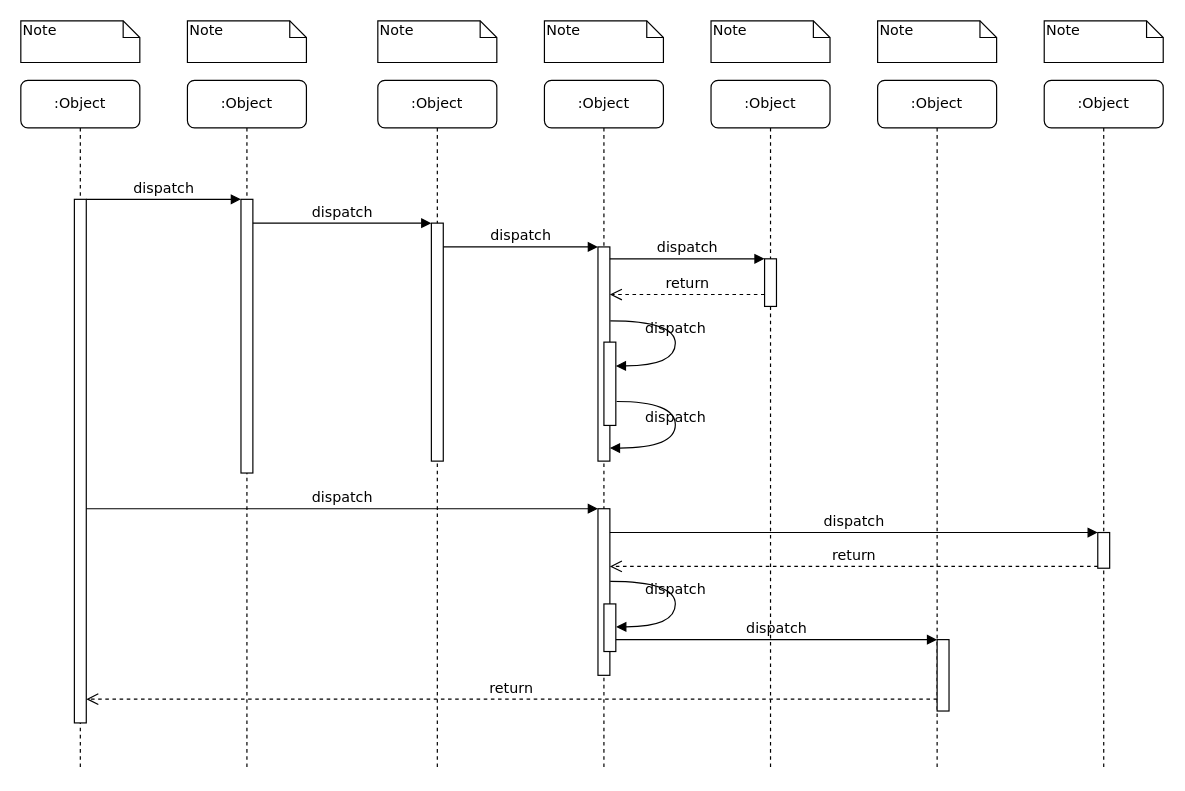
Before: Unavngivet diagram.drawio in Laurapav1/GitLecture, a draw.io diagram. Source tidied: cells renumbered, new cells numbered last; positions are measured from the earlier drawing's top-left corner, leaving out a move shared by most shapes. Both pictures are drawn from the tidied source at 119%, with x=0, y=0 at pixel (20, 20).
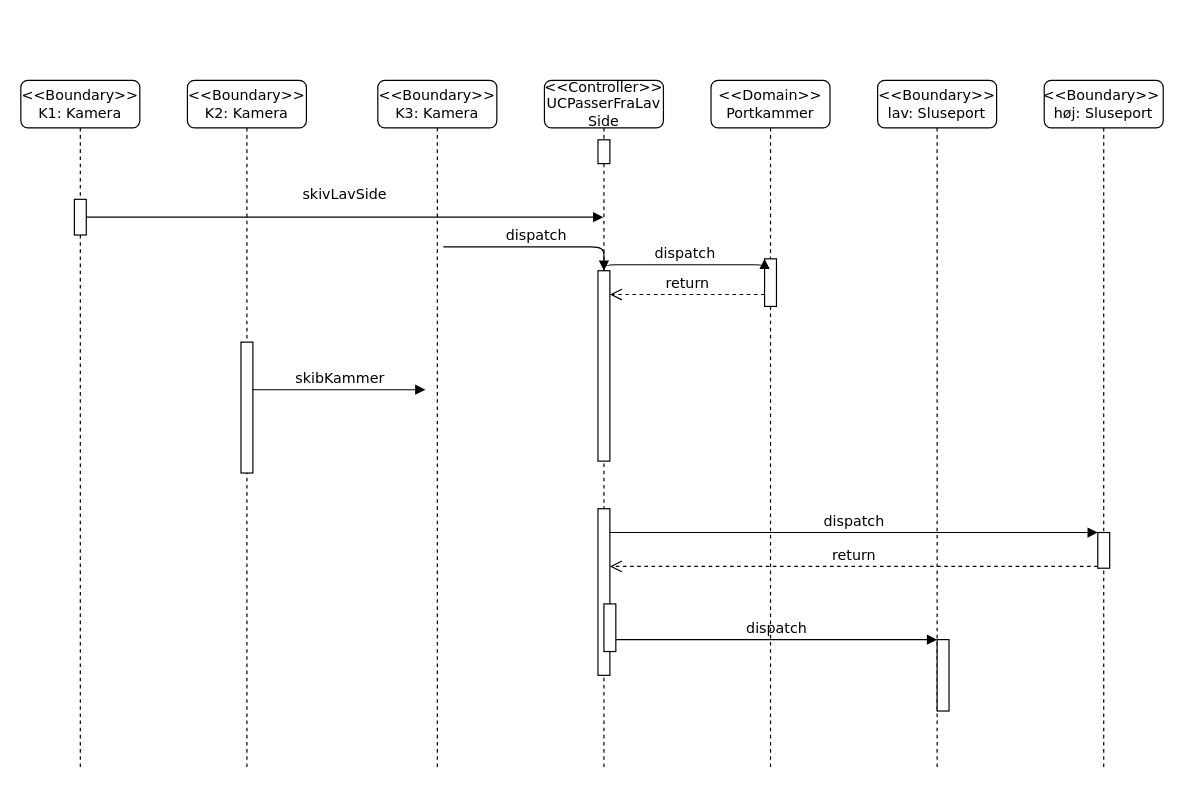
The same diagram, later.

Unchanged cells that the change refers to:
```xml
<mxCell id="17" style="html=1;points=[];perimeter=orthogonalPerimeter;rounded=0;shadow=0;comic=0;labelBackgroundColor=none;strokeWidth=1;fontFamily=Verdana;fontSize=12;align=center;" parent="1" vertex="1">
  <mxGeometry x="485" y="410" width="10" height="140" as="geometry" />
</mxCell>
<mxCell id="22" style="html=1;points=[];perimeter=orthogonalPerimeter;rounded=0;shadow=0;comic=0;labelBackgroundColor=none;strokeWidth=1;fontFamily=Verdana;fontSize=12;align=center;" parent="1" vertex="1">
  <mxGeometry x="770" y="520" width="10" height="60" as="geometry" />
</mxCell>
```

Diff of the diagram source:
```diff
@@
-    <mxCell id="2" value=":Object" style="shape=umlLifeline;perimeter=lifelinePerimeter;whiteSpace=wrap;html=1;rounded=1;shadow=0;comic=0;labelBackgroundColor=none;strokeWidth=1;fontFamily=Verdana;fontSize=12;align=center;" parent="1" vertex="1">
+    <mxCell id="2" value="&amp;lt;&amp;lt;Boundary&amp;gt;&amp;gt;&lt;br style=&quot;border-color: var(--border-color);&quot;&gt;K2: Kamera" style="shape=umlLifeline;perimeter=lifelinePerimeter;whiteSpace=wrap;html=1;rounded=1;shadow=0;comic=0;labelBackgroundColor=none;strokeWidth=1;fontFamily=Verdana;fontSize=12;align=center;" parent="1" vertex="1">
       <mxGeometry x="140" y="50" width="100" height="580" as="geometry" />
     </mxCell>
     <mxCell id="3" style="html=1;points=[];perimeter=orthogonalPerimeter;rounded=0;shadow=0;comic=0;labelBackgroundColor=none;strokeWidth=1;fontFamily=Verdana;fontSize=12;align=center;" parent="2" vertex="1">
-      <mxGeometry x="45" y="100" width="10" height="230" as="geometry" />
+      <mxGeometry x="45" y="220" width="10" height="110" as="geometry" />
     </mxCell>
-    <mxCell id="4" value=":Object" style="shape=umlLifeline;perimeter=lifelinePerimeter;whiteSpace=wrap;html=1;rounded=1;shadow=0;comic=0;labelBackgroundColor=none;strokeWidth=1;fontFamily=Verdana;fontSize=12;align=center;" parent="1" vertex="1">
+    <mxCell id="4" value="&amp;lt;&amp;lt;Boundary&amp;gt;&amp;gt;&lt;br style=&quot;border-color: var(--border-color);&quot;&gt;K3: Kamera" style="shape=umlLifeline;perimeter=lifelinePerimeter;whiteSpace=wrap;html=1;rounded=1;shadow=0;comic=0;labelBackgroundColor=none;strokeWidth=1;fontFamily=Verdana;fontSize=12;align=center;" parent="1" vertex="1">
       <mxGeometry x="300" y="50" width="100" height="580" as="geometry" />
     </mxCell>
-    <mxCell id="5" style="html=1;points=[];perimeter=orthogonalPerimeter;rounded=0;shadow=0;comic=0;labelBackgroundColor=none;strokeWidth=1;fontFamily=Verdana;fontSize=12;align=center;" parent="4" vertex="1">
-      <mxGeometry x="45" y="120" width="10" height="200" as="geometry" />
-    </mxCell>
-    <mxCell id="6" value=":Object" style="shape=umlLifeline;perimeter=lifelinePerimeter;whiteSpace=wrap;html=1;outlineConnect=0;rounded=1;shadow=0;comic=0;labelBackgroundColor=none;strokeWidth=1;fontFamily=Verdana;fontSize=12;align=center;" parent="1" vertex="1">
+    <mxCell id="6" value="&amp;lt;&amp;lt;Controller&amp;gt;&amp;gt;&lt;br&gt;UCPasserFraLav&lt;br&gt;Side" style="shape=umlLifeline;perimeter=lifelinePerimeter;whiteSpace=wrap;html=1;outlineConnect=0;rounded=1;shadow=0;comic=0;labelBackgroundColor=none;strokeWidth=1;fontFamily=Verdana;fontSize=12;align=center;" parent="1" vertex="1">
       <mxGeometry x="440" y="50" width="100" height="580" as="geometry" />
     </mxCell>
+    <mxCell id="39" style="html=1;perimeter=orthogonalPerimeter;rounded=0;shadow=0;comic=0;labelBackgroundColor=none;strokeWidth=1;fontFamily=Verdana;fontSize=12;align=center;" parent="6" vertex="1">
+      <mxGeometry x="45" y="50" width="10" height="20" as="geometry" />
+    </mxCell>
-    <mxCell id="7" value=":Object" style="shape=umlLifeline;perimeter=lifelinePerimeter;whiteSpace=wrap;html=1;rounded=1;shadow=0;comic=0;labelBackgroundColor=none;strokeWidth=1;fontFamily=Verdana;fontSize=12;align=center;" parent="1" vertex="1">
+    <mxCell id="7" value="&amp;lt;&amp;lt;Domain&amp;gt;&amp;gt;&lt;br&gt;Portkammer" style="shape=umlLifeline;perimeter=lifelinePerimeter;whiteSpace=wrap;html=1;rounded=1;shadow=0;comic=0;labelBackgroundColor=none;strokeWidth=1;fontFamily=Verdana;fontSize=12;align=center;" parent="1" vertex="1">
       <mxGeometry x="580" y="50" width="100" height="580" as="geometry" />
     </mxCell>
-    <mxCell id="8" value=":Object" style="shape=umlLifeline;perimeter=lifelinePerimeter;whiteSpace=wrap;html=1;rounded=1;shadow=0;comic=0;labelBackgroundColor=none;strokeWidth=1;fontFamily=Verdana;fontSize=12;align=center;" parent="1" vertex="1">
+    <mxCell id="8" value="&amp;lt;&amp;lt;Boundary&amp;gt;&amp;gt;&lt;br&gt;lav: Sluseport" style="shape=umlLifeline;perimeter=lifelinePerimeter;whiteSpace=wrap;html=1;rounded=1;shadow=0;comic=0;labelBackgroundColor=none;strokeWidth=1;fontFamily=Verdana;fontSize=12;align=center;" parent="1" vertex="1">
       <mxGeometry x="720" y="50" width="100" height="580" as="geometry" />
     </mxCell>
-    <mxCell id="9" value=":Object" style="shape=umlLifeline;perimeter=lifelinePerimeter;whiteSpace=wrap;html=1;rounded=1;shadow=0;comic=0;labelBackgroundColor=none;strokeWidth=1;fontFamily=Verdana;fontSize=12;align=center;" parent="1" vertex="1">
+    <mxCell id="9" value="&amp;lt;&amp;lt;Boundary&amp;gt;&amp;gt;&amp;nbsp;&lt;br&gt;høj: Sluseport" style="shape=umlLifeline;perimeter=lifelinePerimeter;whiteSpace=wrap;html=1;rounded=1;shadow=0;comic=0;labelBackgroundColor=none;strokeWidth=1;fontFamily=Verdana;fontSize=12;align=center;" parent="1" vertex="1">
       <mxGeometry x="860" y="50" width="100" height="580" as="geometry" />
     </mxCell>
-    <mxCell id="10" value=":Object" style="shape=umlLifeline;perimeter=lifelinePerimeter;whiteSpace=wrap;html=1;rounded=1;shadow=0;comic=0;labelBackgroundColor=none;strokeWidth=1;fontFamily=Verdana;fontSize=12;align=center;" parent="1" vertex="1">
+    <mxCell id="10" value="&amp;lt;&amp;lt;Boundary&amp;gt;&amp;gt;&lt;br&gt;K1: Kamera" style="shape=umlLifeline;perimeter=lifelinePerimeter;whiteSpace=wrap;html=1;rounded=1;shadow=0;comic=0;labelBackgroundColor=none;strokeWidth=1;fontFamily=Verdana;fontSize=12;align=center;" parent="1" vertex="1">
       <mxGeometry y="50" width="100" height="580" as="geometry" />
     </mxCell>
     <mxCell id="11" style="html=1;points=[];perimeter=orthogonalPerimeter;rounded=0;shadow=0;comic=0;labelBackgroundColor=none;strokeWidth=1;fontFamily=Verdana;fontSize=12;align=center;" parent="10" vertex="1">
-      <mxGeometry x="45" y="100" width="10" height="440" as="geometry" />
+      <mxGeometry x="45" y="100" width="10" height="30" as="geometry" />
     </mxCell>
     <mxCell id="12" style="html=1;points=[];perimeter=orthogonalPerimeter;rounded=0;shadow=0;comic=0;labelBackgroundColor=none;strokeWidth=1;fontFamily=Verdana;fontSize=12;align=center;" parent="1" vertex="1">
-      <mxGeometry x="485" y="190" width="10" height="180" as="geometry" />
+      <mxGeometry x="485" y="210" width="10" height="160" as="geometry" />
     </mxCell>
-    <mxCell id="13" value="dispatch" style="html=1;verticalAlign=bottom;endArrow=block;labelBackgroundColor=none;fontFamily=Verdana;fontSize=12;edgeStyle=elbowEdgeStyle;elbow=vertical;" parent="1" edge="1" source="5" target="12">
+    <mxCell id="13" value="dispatch" style="html=1;verticalAlign=bottom;endArrow=block;labelBackgroundColor=none;fontFamily=Verdana;fontSize=12;edgeStyle=elbowEdgeStyle;elbow=vertical;" parent="1" edge="1" target="12">
       <mxGeometry relative="1" as="geometry">
+        <mxPoint x="355" y="190" as="sourcePoint" />
         <Array as="points">
           <mxPoint x="360" y="190" />
         </Array>
       </mxGeometry>
     </mxCell>
@@
-    <mxCell id="18" value="dispatch" style="html=1;verticalAlign=bottom;endArrow=block;entryX=0;entryY=0;labelBackgroundColor=none;fontFamily=Verdana;fontSize=12;" parent="1" edge="1" source="11" target="17">
-      <mxGeometry relative="1" as="geometry" />
-    </mxCell>
@@
-    <mxCell id="24" value="return" style="html=1;verticalAlign=bottom;endArrow=open;dashed=1;endSize=8;labelBackgroundColor=none;fontFamily=Verdana;fontSize=12;edgeStyle=elbowEdgeStyle;elbow=vertical;" parent="1" edge="1" source="22" target="11">
-      <mxGeometry relative="1" as="geometry">
-        <Array as="points">
-          <mxPoint x="470" y="570" />
-        </Array>
-      </mxGeometry>
-    </mxCell>
-    <mxCell id="25" value="dispatch" style="html=1;verticalAlign=bottom;endArrow=block;entryX=0;entryY=0;labelBackgroundColor=none;fontFamily=Verdana;fontSize=12;edgeStyle=elbowEdgeStyle;elbow=vertical;" parent="1" edge="1" source="11" target="3">
-      <mxGeometry relative="1" as="geometry" />
+    <mxCell id="25" value="skivLavSide" style="html=1;verticalAlign=bottom;endArrow=block;labelBackgroundColor=none;fontFamily=Verdana;fontSize=12;edgeStyle=elbowEdgeStyle;elbow=vertical;" parent="1" edge="1" source="11" target="6">
+      <mxGeometry y="10" relative="1" as="geometry" />
     </mxCell>
-    <mxCell id="26" value="dispatch" style="html=1;verticalAlign=bottom;endArrow=block;entryX=0;entryY=0;labelBackgroundColor=none;fontFamily=Verdana;fontSize=12;edgeStyle=elbowEdgeStyle;elbow=vertical;" parent="1" edge="1" source="3" target="5">
-      <mxGeometry relative="1" as="geometry" />
+    <mxCell id="26" value="skibKammer" style="html=1;verticalAlign=bottom;endArrow=block;labelBackgroundColor=none;fontFamily=Verdana;fontSize=12;edgeStyle=elbowEdgeStyle;elbow=vertical;" parent="1" edge="1" source="3">
+      <mxGeometry relative="1" as="geometry">
+        <mxPoint x="340" y="310" as="targetPoint" />
+        <Array as="points">
+          <mxPoint x="320" y="310" />
+        </Array>
+      </mxGeometry>
     </mxCell>
-    <mxCell id="27" style="html=1;points=[];perimeter=orthogonalPerimeter;rounded=0;shadow=0;comic=0;labelBackgroundColor=none;strokeWidth=1;fontFamily=Verdana;fontSize=12;align=center;" parent="1" vertex="1">
-      <mxGeometry x="490" y="270" width="10" height="70" as="geometry" />
-    </mxCell>
-    <mxCell id="28" value="dispatch" style="html=1;verticalAlign=bottom;endArrow=block;labelBackgroundColor=none;fontFamily=Verdana;fontSize=12;elbow=vertical;edgeStyle=orthogonalEdgeStyle;curved=1;entryX=1;entryY=0.286;entryPerimeter=0;exitX=1.038;exitY=0.345;exitPerimeter=0;" parent="1" edge="1" source="12" target="27">
-      <mxGeometry relative="1" as="geometry">
-        <Array as="points">
-          <mxPoint x="550" y="252" />
-          <mxPoint x="550" y="290" />
-        </Array>
-      </mxGeometry>
-    </mxCell>
-    <mxCell id="29" value="dispatch" style="html=1;verticalAlign=bottom;endArrow=block;labelBackgroundColor=none;fontFamily=Verdana;fontSize=12;elbow=vertical;edgeStyle=orthogonalEdgeStyle;curved=1;exitX=1.066;exitY=0.713;exitPerimeter=0;" parent="1" edge="1" source="27">
-      <mxGeometry relative="1" as="geometry">
-        <mxPoint x="495" y="359" as="targetPoint" />
-        <Array as="points">
-          <mxPoint x="550" y="320" />
-          <mxPoint x="550" y="359" />
-        </Array>
-      </mxGeometry>
-    </mxCell>
@@
-    <mxCell id="31" value="dispatch" style="html=1;verticalAlign=bottom;endArrow=block;labelBackgroundColor=none;fontFamily=Verdana;fontSize=12;elbow=vertical;edgeStyle=orthogonalEdgeStyle;curved=1;entryX=1;entryY=0.286;entryPerimeter=0;exitX=1.038;exitY=0.345;exitPerimeter=0;" parent="1" edge="1">
-      <mxGeometry relative="1" as="geometry">
-        <mxPoint x="495.3" y="471" as="sourcePoint" />
-        <mxPoint x="500.3" y="509.3" as="targetPoint" />
-        <Array as="points">
-          <mxPoint x="550" y="471" />
-          <mxPoint x="550" y="509" />
-        </Array>
-      </mxGeometry>
-    </mxCell>
-    <mxCell id="32" value="Note" style="shape=note;whiteSpace=wrap;html=1;size=14;verticalAlign=top;align=left;spacingTop=-6;rounded=0;shadow=0;comic=0;labelBackgroundColor=none;strokeWidth=1;fontFamily=Verdana;fontSize=12;" parent="1" vertex="1">
-      <mxGeometry width="100" height="35" as="geometry" />
-    </mxCell>
-    <mxCell id="33" value="Note" style="shape=note;whiteSpace=wrap;html=1;size=14;verticalAlign=top;align=left;spacingTop=-6;rounded=0;shadow=0;comic=0;labelBackgroundColor=none;strokeWidth=1;fontFamily=Verdana;fontSize=12;" parent="1" vertex="1">
-      <mxGeometry x="140" width="100" height="35" as="geometry" />
-    </mxCell>
-    <mxCell id="34" value="Note" style="shape=note;whiteSpace=wrap;html=1;size=14;verticalAlign=top;align=left;spacingTop=-6;rounded=0;shadow=0;comic=0;labelBackgroundColor=none;strokeWidth=1;fontFamily=Verdana;fontSize=12;" parent="1" vertex="1">
-      <mxGeometry x="300" width="100" height="35" as="geometry" />
-    </mxCell>
-    <mxCell id="35" value="Note" style="shape=note;whiteSpace=wrap;html=1;size=14;verticalAlign=top;align=left;spacingTop=-6;rounded=0;shadow=0;comic=0;labelBackgroundColor=none;strokeWidth=1;fontFamily=Verdana;fontSize=12;" parent="1" vertex="1">
-      <mxGeometry x="440" width="100" height="35" as="geometry" />
-    </mxCell>
-    <mxCell id="36" value="Note" style="shape=note;whiteSpace=wrap;html=1;size=14;verticalAlign=top;align=left;spacingTop=-6;rounded=0;shadow=0;comic=0;labelBackgroundColor=none;strokeWidth=1;fontFamily=Verdana;fontSize=12;" parent="1" vertex="1">
-      <mxGeometry x="580" width="100" height="35" as="geometry" />
-    </mxCell>
-    <mxCell id="37" value="Note" style="shape=note;whiteSpace=wrap;html=1;size=14;verticalAlign=top;align=left;spacingTop=-6;rounded=0;shadow=0;comic=0;labelBackgroundColor=none;strokeWidth=1;fontFamily=Verdana;fontSize=12;" parent="1" vertex="1">
-      <mxGeometry x="720" width="100" height="35" as="geometry" />
-    </mxCell>
-    <mxCell id="38" value="Note" style="shape=note;whiteSpace=wrap;html=1;size=14;verticalAlign=top;align=left;spacingTop=-6;rounded=0;shadow=0;comic=0;labelBackgroundColor=none;strokeWidth=1;fontFamily=Verdana;fontSize=12;" parent="1" vertex="1">
-      <mxGeometry x="860" width="100" height="35" as="geometry" />
-    </mxCell>
```
